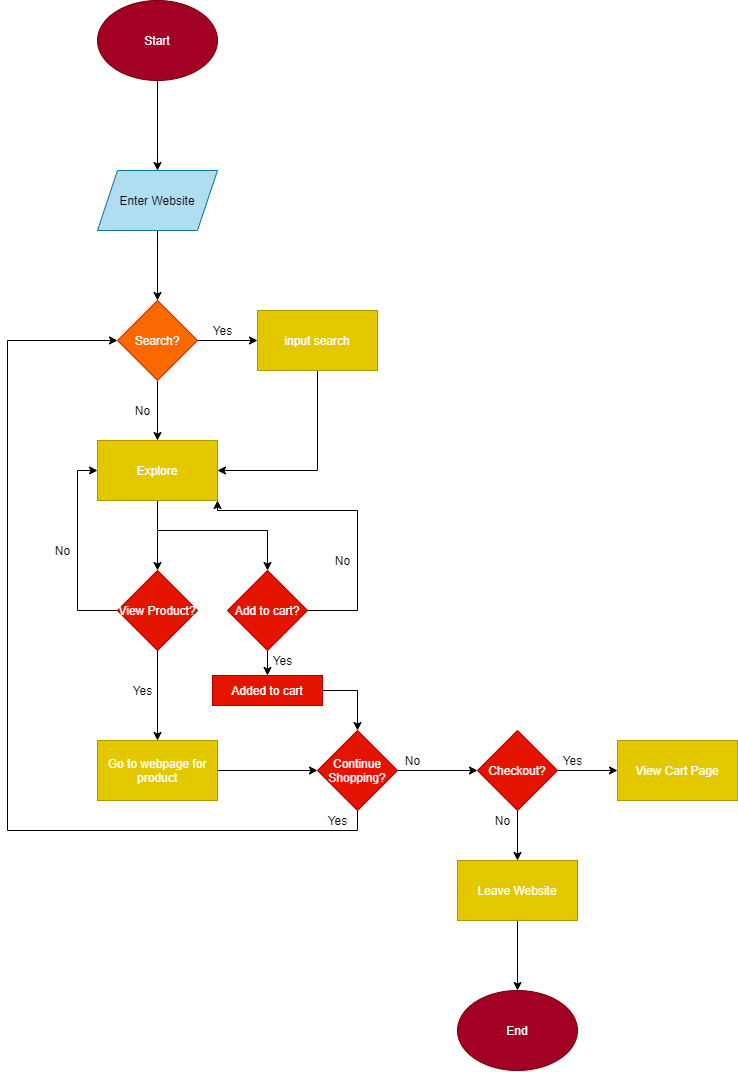
This is part2/part2.drawio.png from cnazemi/sp21-cse110-lab4, a draw.io export, as it was before one commit. Source tidied: cells renumbered, new cells last; positions are measured from the earlier drawing's top-left corner, leaving out a move shared by most shapes.
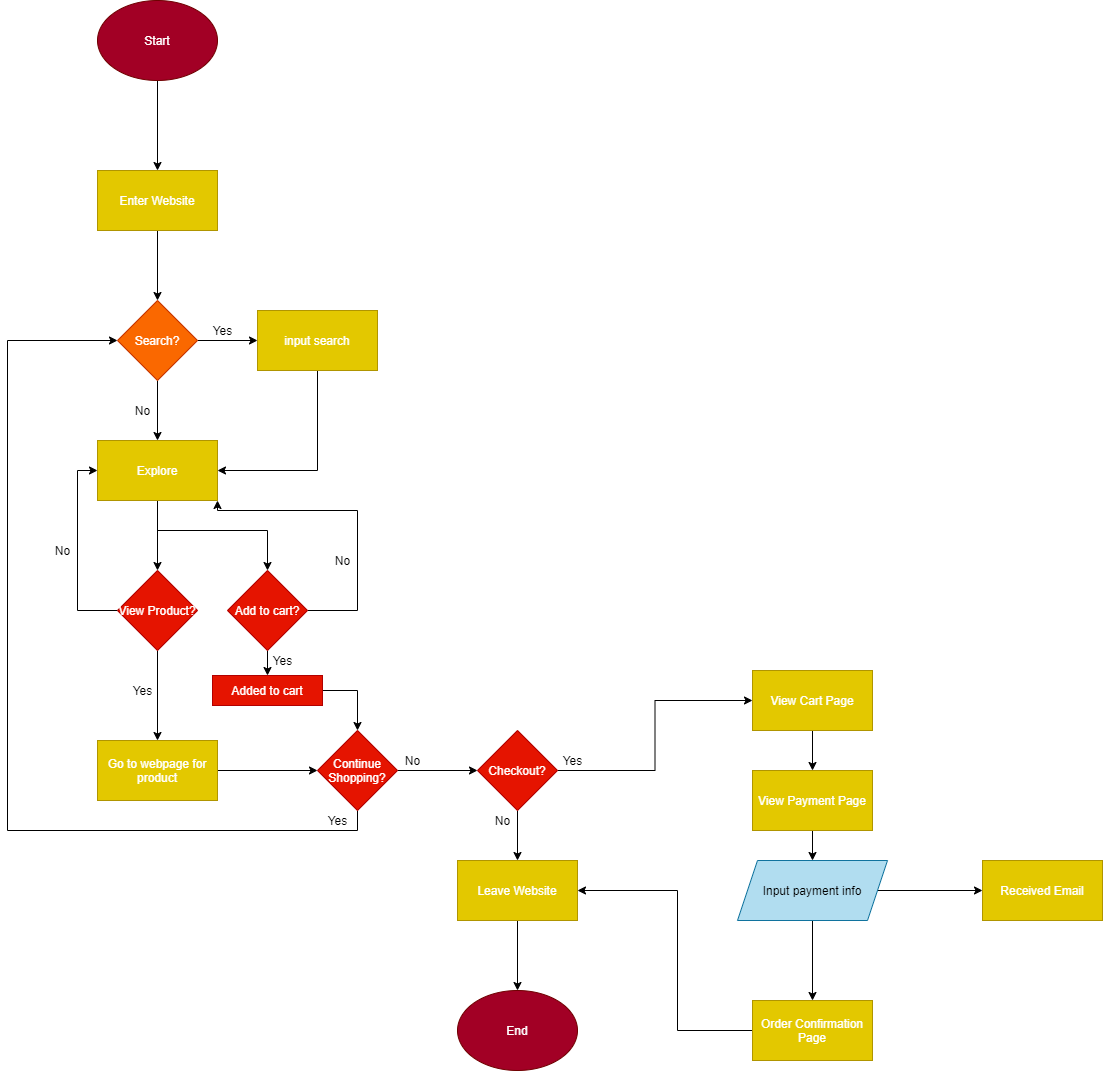
Above is the later version.

Diff of the diagram source:
```diff
@@ -2,7 +2,7 @@
   <root>
     <mxCell id="0" />
     <mxCell id="1" parent="0" />
-    <mxCell id="2" style="edgeStyle=orthogonalEdgeStyle;rounded=0;jettySize=auto;html=1;" parent="1" edge="1" source="3" target="5">
+    <mxCell id="2" style="edgeStyle=orthogonalEdgeStyle;rounded=0;jettySize=auto;html=1;entryX=0.5;entryY=0;entryDx=0;entryDy=0;" parent="1" edge="1" source="3" target="5">
       <mxGeometry relative="1" as="geometry" />
     </mxCell>
     <mxCell id="3" value="Start" style="ellipse;whiteSpace=wrap;html=1;fillColor=#a20025;strokeColor=#6F0000;fontColor=#ffffff;" parent="1" vertex="1">
@@ -11,9 +11,6 @@
     <mxCell id="4" style="edgeStyle=orthogonalEdgeStyle;rounded=0;jettySize=auto;html=1;" parent="1" edge="1" source="5" target="8">
       <mxGeometry relative="1" as="geometry" />
     </mxCell>
-    <mxCell id="5" value="Enter Website" style="shape=parallelogram;perimeter=parallelogramPerimeter;whiteSpace=wrap;html=1;fixedSize=1;fillColor=#b1ddf0;strokeColor=#10739e;" parent="1" vertex="1">
-      <mxGeometry x="90" y="170" width="120" height="60" as="geometry" />
-    </mxCell>
     <mxCell id="6" style="edgeStyle=orthogonalEdgeStyle;rounded=0;jettySize=auto;html=1;" parent="1" edge="1" source="8" target="11">
       <mxGeometry relative="1" as="geometry" />
     </mxCell>
@@ -140,8 +137,11 @@
     <mxCell id="37" value="Checkout?" style="rhombus;whiteSpace=wrap;html=1;fontColor=#ffffff;strokeColor=#B20000;fillColor=#e51400;" parent="1" vertex="1">
       <mxGeometry x="470" y="730" width="80" height="80" as="geometry" />
     </mxCell>
+    <mxCell id="44" style="edgeStyle=orthogonalEdgeStyle;rounded=0;jettySize=auto;html=1;" parent="1" edge="1" source="38" target="46">
+      <mxGeometry relative="1" as="geometry" />
+    </mxCell>
     <mxCell id="38" value="View Cart Page" style="whiteSpace=wrap;html=1;fontColor=#ffffff;strokeColor=#B09500;fillColor=#e3c800;" parent="1" vertex="1">
-      <mxGeometry x="610" y="740" width="120" height="60" as="geometry" />
+      <mxGeometry x="745" y="670" width="120" height="60" as="geometry" />
     </mxCell>
     <mxCell id="39" value="Yes" style="text;html=1;align=center;verticalAlign=middle;" parent="1" vertex="1">
       <mxGeometry x="550" y="750" width="30" height="20" as="geometry" />
@@ -158,5 +158,37 @@
     <mxCell id="43" value="End" style="ellipse;whiteSpace=wrap;html=1;fontColor=#ffffff;strokeColor=#6F0000;fillColor=#a20025;" parent="1" vertex="1">
       <mxGeometry x="450" y="990" width="120" height="80" as="geometry" />
     </mxCell>
+    <mxCell id="45" style="edgeStyle=orthogonalEdgeStyle;rounded=0;jettySize=auto;html=1;" parent="1" edge="1" source="46" target="49">
+      <mxGeometry relative="1" as="geometry" />
+    </mxCell>
+    <mxCell id="46" value="View Payment Page" style="whiteSpace=wrap;html=1;fontColor=#ffffff;strokeColor=#B09500;fillColor=#e3c800;" parent="1" vertex="1">
+      <mxGeometry x="745" y="770" width="120" height="60" as="geometry" />
+    </mxCell>
+    <mxCell id="47" style="edgeStyle=orthogonalEdgeStyle;rounded=0;jettySize=auto;html=1;" parent="1" edge="1" source="49" target="51">
+      <mxGeometry relative="1" as="geometry" />
+    </mxCell>
+    <mxCell id="48" style="edgeStyle=orthogonalEdgeStyle;rounded=0;jettySize=auto;html=1;" parent="1" edge="1" source="49" target="52">
+      <mxGeometry relative="1" as="geometry" />
+    </mxCell>
+    <mxCell id="49" value="Input payment info" style="shape=parallelogram;perimeter=parallelogramPerimeter;whiteSpace=wrap;html=1;fixedSize=1;strokeColor=#10739e;fillColor=#b1ddf0;" parent="1" vertex="1">
+      <mxGeometry x="730" y="860" width="150" height="60" as="geometry" />
+    </mxCell>
+    <mxCell id="5" value="Enter Website" style="whiteSpace=wrap;html=1;fontColor=#ffffff;strokeColor=#B09500;fillColor=#e3c800;" parent="1" vertex="1">
+      <mxGeometry x="90" y="170" width="120" height="60" as="geometry" />
+    </mxCell>
+    <mxCell id="50" style="edgeStyle=orthogonalEdgeStyle;rounded=0;jettySize=auto;html=1;entryX=1;entryY=0.5;entryDx=0;entryDy=0;" parent="1" edge="1" source="51" target="41">
+      <mxGeometry relative="1" as="geometry">
+        <Array as="points">
+          <mxPoint x="670" y="1030" />
+          <mxPoint x="670" y="890" />
+        </Array>
+      </mxGeometry>
+    </mxCell>
+    <mxCell id="51" value="Order Confirmation Page" style="whiteSpace=wrap;html=1;strokeColor=#B09500;fillColor=#e3c800;fontColor=#ffffff;" parent="1" vertex="1">
+      <mxGeometry x="745" y="1000" width="120" height="60" as="geometry" />
+    </mxCell>
+    <mxCell id="52" value="Received Email" style="whiteSpace=wrap;html=1;strokeColor=#B09500;fillColor=#e3c800;fontColor=#ffffff;" parent="1" vertex="1">
+      <mxGeometry x="975" y="860" width="120" height="60" as="geometry" />
+    </mxCell>
   </root>
 </mxGraphModel>
```
